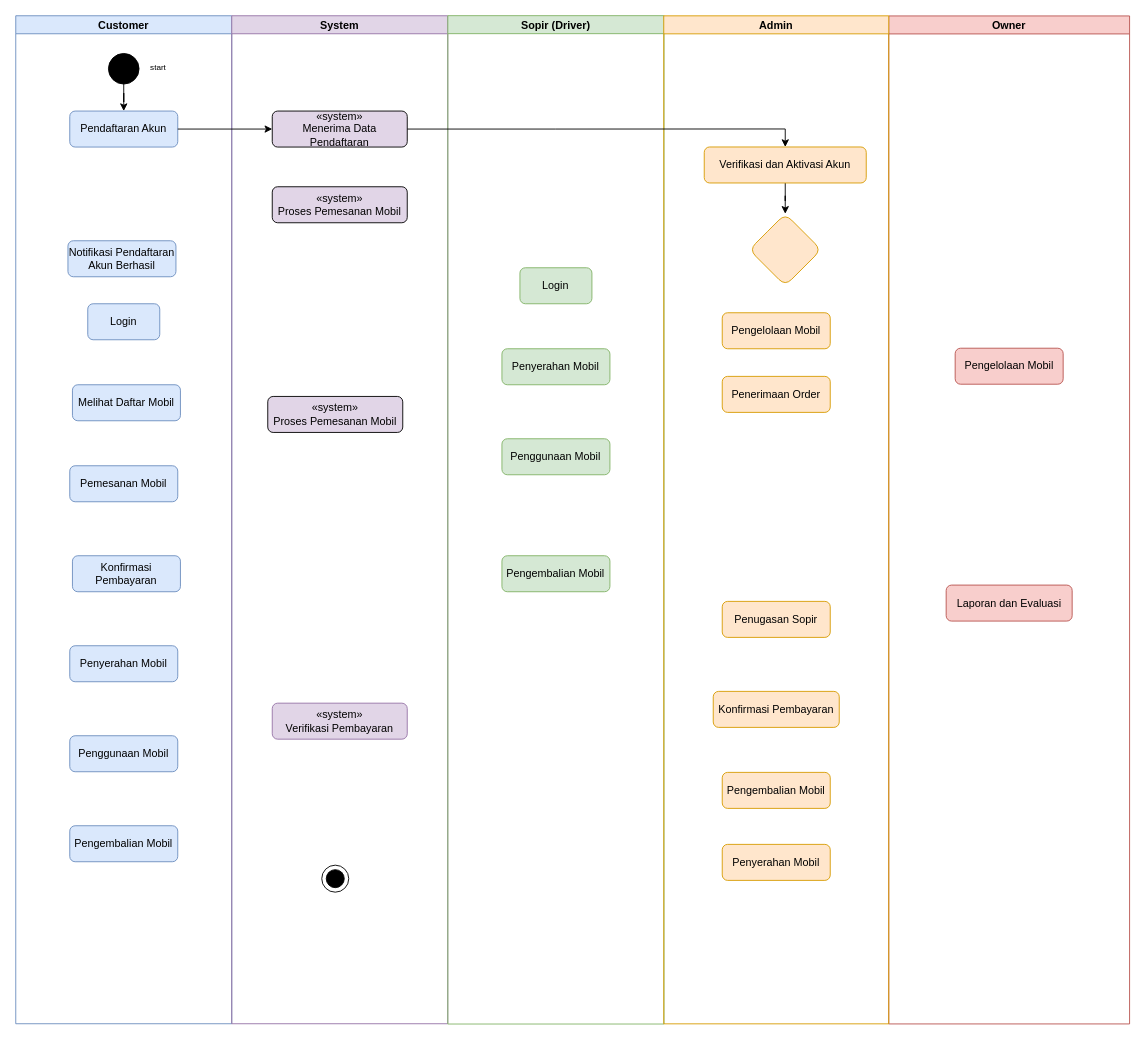
Before: page "Activity diagram" (2 of 3) of actvy diagram.drawio in prjsw/projectsewamobil, a draw.io diagram. Source tidied: cells renumbered, new cells numbered last; positions are measured from the earlier drawing's top-left corner, leaving out a move shared by most shapes. Both pictures are drawn from the tidied source at 90%, with x=0, y=0 at pixel (-381, 53).
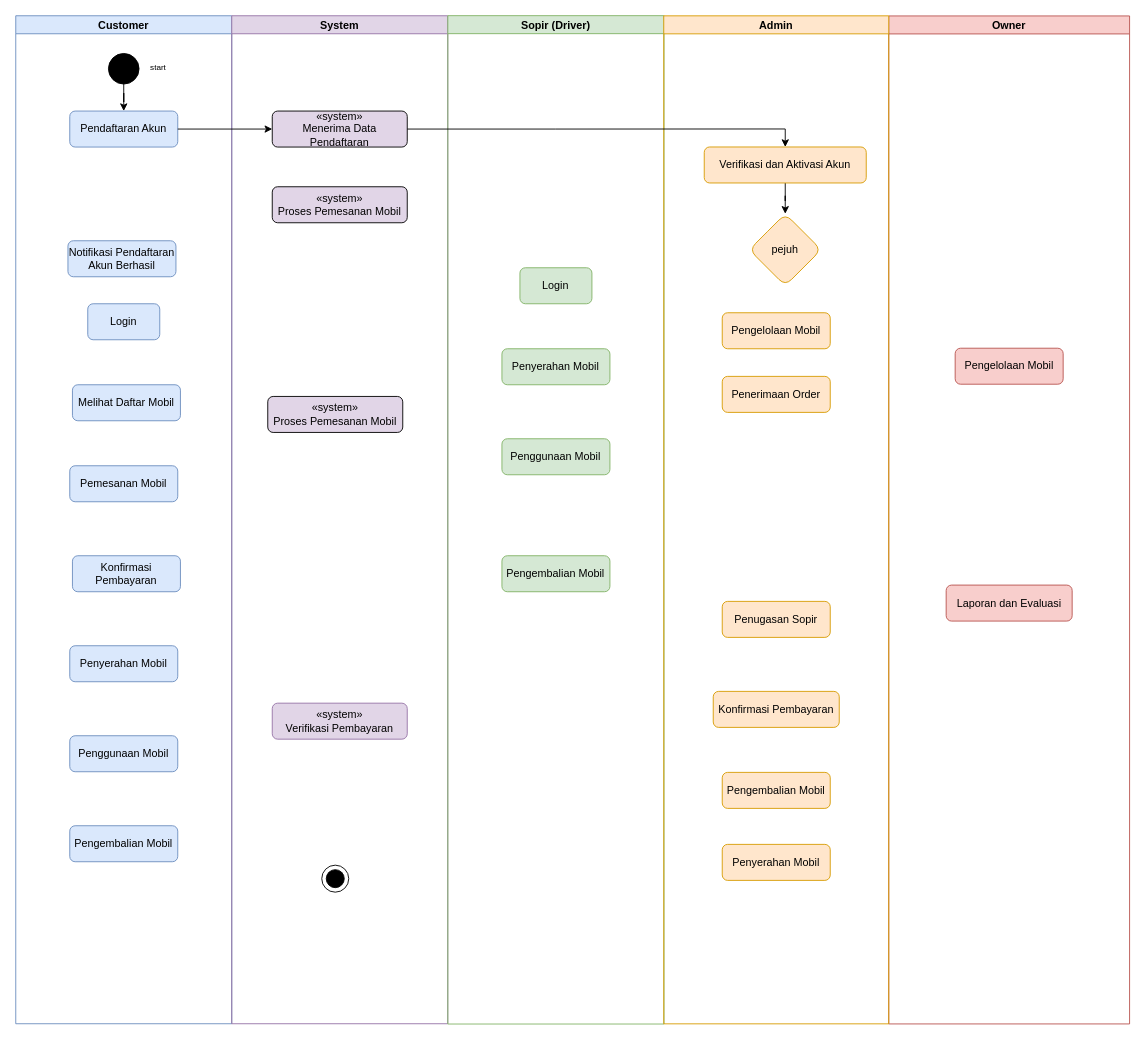
Above is the later version.

Unchanged cells that the change refers to:
```xml
<mxCell id="32" value="Admin" style="swimlane;startSize=20;horizontal=0;fillColor=#ffe6cc;strokeColor=#d79b00;rotation=90;" parent="1" vertex="1">
  <mxGeometry x="725" y="393.1" width="1120" height="250" as="geometry" />
</mxCell>
```

The edit, as a diff of the source:
```diff
@@
-    <mxCell id="41" style="rhombus;whiteSpace=wrap;html=1;fillColor=#ffe6cc;strokeColor=#d79b00;rounded=1;" parent="32" vertex="1">
+    <mxCell id="41" value="pejuh" style="rhombus;whiteSpace=wrap;html=1;fillColor=#ffe6cc;strokeColor=#d79b00;rounded=1;" parent="32" vertex="1">
       <mxGeometry x="530" y="-215.1" width="80" height="80" as="geometry" />
     </mxCell>
```
